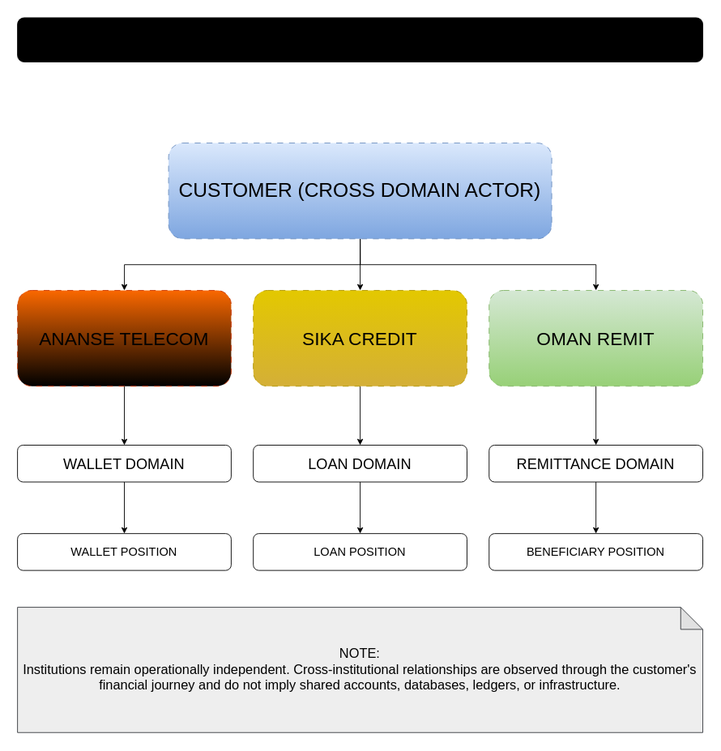
Earlier version of the draw.io export diagrams/WP-2.1-T01_institutional_relationships.drawio.svg (deloveyeboah10-Nagato/OCB_PLATFORM). Source tidied: cells renumbered, new cells last; positions are measured from the earlier drawing's top-left corner, leaving out a move shared by most shapes. Source of this version:
```xml
<mxGraphModel>
  <root>
    <mxCell id="0" />
    <mxCell id="1" parent="0" />
    <mxCell id="2" style="edgeStyle=orthogonalEdgeStyle;rounded=0;jettySize=auto;html=1;exitX=0.5;exitY=1;exitDx=0;exitDy=0;entryX=0.5;entryY=0;entryDx=0;entryDy=0;" parent="1" edge="1" source="5" target="7">
      <mxGeometry relative="1" as="geometry" />
    </mxCell>
    <mxCell id="3" style="edgeStyle=orthogonalEdgeStyle;rounded=0;jettySize=auto;html=1;exitX=0.5;exitY=1;exitDx=0;exitDy=0;entryX=0.5;entryY=0;entryDx=0;entryDy=0;" parent="1" edge="1" source="5" target="11">
      <mxGeometry relative="1" as="geometry" />
    </mxCell>
    <mxCell id="4" style="edgeStyle=orthogonalEdgeStyle;rounded=0;jettySize=auto;html=1;exitX=0.5;exitY=1;exitDx=0;exitDy=0;entryX=0.5;entryY=0;entryDx=0;entryDy=0;" parent="1" edge="1" source="5" target="9">
      <mxGeometry relative="1" as="geometry" />
    </mxCell>
    <mxCell id="5" value="CUSTOMER (CROSS DOMAIN ACTOR)" style="rounded=1;whiteSpace=wrap;html=1;dashed=1;dashPattern=8 8;fillColor=#dae8fc;strokeColor=#6c8ebf;gradientColor=#7ea6e0;fontSize=27;" parent="1" vertex="1">
      <mxGeometry x="205" y="170" width="520" height="130" as="geometry" />
    </mxCell>
    <mxCell id="6" style="edgeStyle=orthogonalEdgeStyle;rounded=0;jettySize=auto;html=1;exitX=0.5;exitY=1;exitDx=0;exitDy=0;entryX=0.5;entryY=0;entryDx=0;entryDy=0;" parent="1" edge="1" source="7" target="13">
      <mxGeometry relative="1" as="geometry" />
    </mxCell>
    <mxCell id="7" value="ANANSE TELECOM" style="rounded=1;whiteSpace=wrap;html=1;dashed=1;dashPattern=8 8;fillColor=light-dark(#FA6800,#994C00);fontColor=#000000;strokeColor=#C73500;gradientColor=light-dark(#000000,#994C00);fontSize=25;" parent="1" vertex="1">
      <mxGeometry y="370" width="290" height="130" as="geometry" />
    </mxCell>
    <mxCell id="8" style="edgeStyle=orthogonalEdgeStyle;rounded=0;jettySize=auto;html=1;exitX=0.5;exitY=1;exitDx=0;exitDy=0;entryX=0.5;entryY=0;entryDx=0;entryDy=0;" parent="1" edge="1" source="9" target="15">
      <mxGeometry relative="1" as="geometry" />
    </mxCell>
    <mxCell id="9" value="SIKA CREDIT" style="rounded=1;whiteSpace=wrap;html=1;dashed=1;dashPattern=8 8;fillColor=#e3c800;fontColor=#000000;strokeColor=#B09500;gradientColor=light-dark(#D4AF37,#FFD966);fontSize=25;" parent="1" vertex="1">
      <mxGeometry x="320" y="370" width="290" height="130" as="geometry" />
    </mxCell>
    <mxCell id="10" style="edgeStyle=orthogonalEdgeStyle;rounded=0;jettySize=auto;html=1;exitX=0.5;exitY=1;exitDx=0;exitDy=0;entryX=0.5;entryY=0;entryDx=0;entryDy=0;" parent="1" edge="1" source="11" target="17">
      <mxGeometry relative="1" as="geometry" />
    </mxCell>
    <mxCell id="11" value="OMAN REMIT" style="rounded=1;whiteSpace=wrap;html=1;dashed=1;dashPattern=8 8;fillColor=#d5e8d4;strokeColor=#82b366;gradientColor=#97d077;fontSize=25;" parent="1" vertex="1">
      <mxGeometry x="640" y="370" width="290" height="130" as="geometry" />
    </mxCell>
    <mxCell id="12" style="edgeStyle=orthogonalEdgeStyle;rounded=0;jettySize=auto;html=1;exitX=0.5;exitY=1;exitDx=0;exitDy=0;entryX=0.5;entryY=0;entryDx=0;entryDy=0;" parent="1" edge="1" source="13" target="18">
      <mxGeometry relative="1" as="geometry" />
    </mxCell>
    <mxCell id="13" value="WALLET DOMAIN" style="rounded=1;whiteSpace=wrap;html=1;fontSize=20;" parent="1" vertex="1">
      <mxGeometry y="580" width="290" height="50" as="geometry" />
    </mxCell>
    <mxCell id="14" style="edgeStyle=orthogonalEdgeStyle;rounded=0;jettySize=auto;html=1;exitX=0.5;exitY=1;exitDx=0;exitDy=0;entryX=0.5;entryY=0;entryDx=0;entryDy=0;" parent="1" edge="1" source="15" target="19">
      <mxGeometry relative="1" as="geometry" />
    </mxCell>
    <mxCell id="15" value="LOAN DOMAIN" style="rounded=1;whiteSpace=wrap;html=1;fontSize=20;" parent="1" vertex="1">
      <mxGeometry x="320" y="580" width="290" height="50" as="geometry" />
    </mxCell>
    <mxCell id="16" style="edgeStyle=orthogonalEdgeStyle;rounded=0;jettySize=auto;html=1;exitX=0.5;exitY=1;exitDx=0;exitDy=0;entryX=0.5;entryY=0;entryDx=0;entryDy=0;" parent="1" edge="1" source="17" target="20">
      <mxGeometry relative="1" as="geometry" />
    </mxCell>
    <mxCell id="17" value="REMITTANCE DOMAIN" style="rounded=1;whiteSpace=wrap;html=1;fontSize=20;" parent="1" vertex="1">
      <mxGeometry x="640" y="580" width="290" height="50" as="geometry" />
    </mxCell>
    <mxCell id="18" value="WALLET POSITION" style="rounded=1;whiteSpace=wrap;html=1;fontSize=16;" parent="1" vertex="1">
      <mxGeometry y="700" width="290" height="50" as="geometry" />
    </mxCell>
    <mxCell id="19" value="LOAN POSITION" style="rounded=1;whiteSpace=wrap;html=1;fontSize=16;" parent="1" vertex="1">
      <mxGeometry x="320" y="700" width="290" height="50" as="geometry" />
    </mxCell>
    <mxCell id="20" value="BENEFICIARY POSITION" style="rounded=1;whiteSpace=wrap;html=1;fontSize=16;" parent="1" vertex="1">
      <mxGeometry x="640" y="700" width="290" height="50" as="geometry" />
    </mxCell>
    <mxCell id="21" value="&lt;br&gt;NOTE:&lt;div&gt;Institutions remain operationally independent. Cross-institutional relationships are observed through the customer's financial journey and do not imply shared accounts, databases, ledgers, or infrastructure.&lt;br&gt;&lt;br&gt;&lt;/div&gt;" style="shape=note;whiteSpace=wrap;html=1;backgroundOutline=1;darkOpacity=0.05;fontSize=18;fillColor=#eeeeee;strokeColor=#36393d;" parent="1" vertex="1">
      <mxGeometry y="800" width="930" height="170" as="geometry" />
    </mxCell>
    <mxCell id="22" value="INSTITUTIONAL RELATIONSHIPS" style="rounded=1;whiteSpace=wrap;html=1;fontSize=30;fillColor=light-dark(#000000,#333333);" parent="1" vertex="1">
      <mxGeometry width="930" height="60" as="geometry" />
    </mxCell>
  </root>
</mxGraphModel>
```
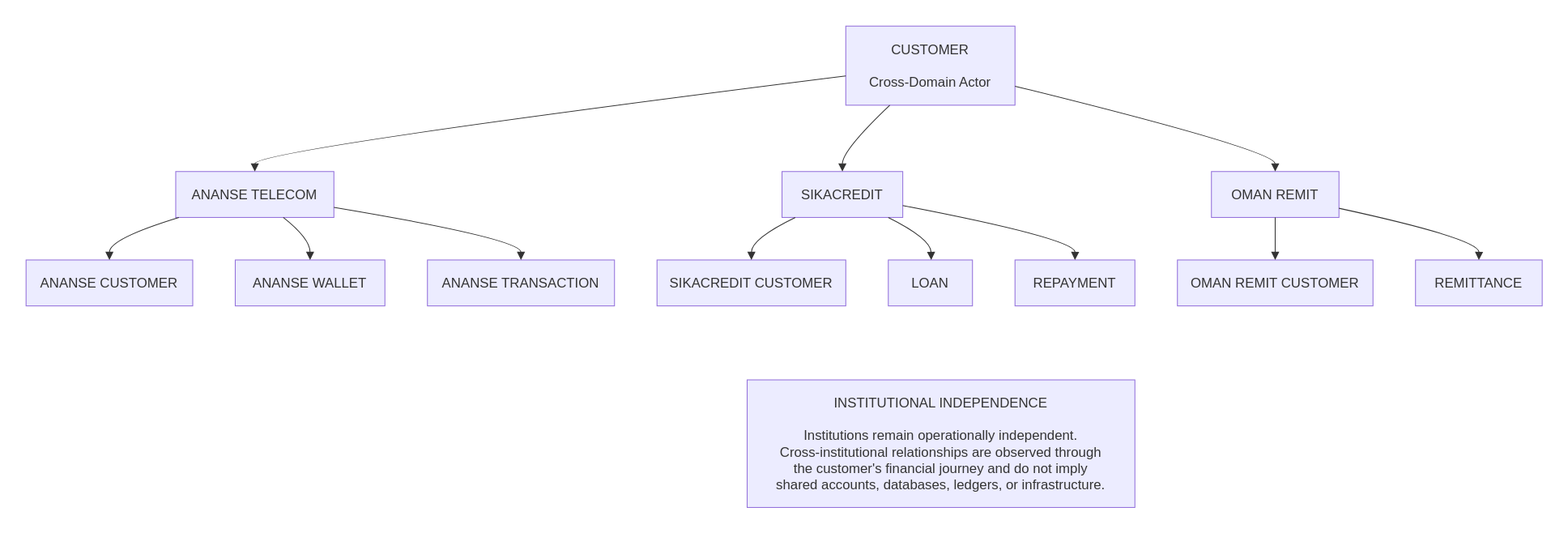
The same diagram one commit later.

Diff of the diagram source:
```diff
@@ -2,68 +2,120 @@
   <root>
     <mxCell id="0" />
     <mxCell id="1" parent="0" />
-    <mxCell id="2" style="edgeStyle=orthogonalEdgeStyle;rounded=0;jettySize=auto;html=1;exitX=0.5;exitY=1;exitDx=0;exitDy=0;entryX=0.5;entryY=0;entryDx=0;entryDy=0;" parent="1" edge="1" source="5" target="7">
-      <mxGeometry relative="1" as="geometry" />
-    </mxCell>
-    <mxCell id="3" style="edgeStyle=orthogonalEdgeStyle;rounded=0;jettySize=auto;html=1;exitX=0.5;exitY=1;exitDx=0;exitDy=0;entryX=0.5;entryY=0;entryDx=0;entryDy=0;" parent="1" edge="1" source="5" target="11">
-      <mxGeometry relative="1" as="geometry" />
-    </mxCell>
-    <mxCell id="4" style="edgeStyle=orthogonalEdgeStyle;rounded=0;jettySize=auto;html=1;exitX=0.5;exitY=1;exitDx=0;exitDy=0;entryX=0.5;entryY=0;entryDx=0;entryDy=0;" parent="1" edge="1" source="5" target="9">
-      <mxGeometry relative="1" as="geometry" />
-    </mxCell>
-    <mxCell id="5" value="CUSTOMER (CROSS DOMAIN ACTOR)" style="rounded=1;whiteSpace=wrap;html=1;dashed=1;dashPattern=8 8;fillColor=#dae8fc;strokeColor=#6c8ebf;gradientColor=#7ea6e0;fontSize=27;" parent="1" vertex="1">
-      <mxGeometry x="205" y="170" width="520" height="130" as="geometry" />
-    </mxCell>
-    <mxCell id="6" style="edgeStyle=orthogonalEdgeStyle;rounded=0;jettySize=auto;html=1;exitX=0.5;exitY=1;exitDx=0;exitDy=0;entryX=0.5;entryY=0;entryDx=0;entryDy=0;" parent="1" edge="1" source="7" target="13">
-      <mxGeometry relative="1" as="geometry" />
-    </mxCell>
+    <mxCell id="23" style="group;transparentBounds=1;editIcon=1;lockedGroup=0;groupPadding=10;" parent="1" vertex="1">
+      <mxGeometry x="80" y="100" as="geometry" />
+    </mxCell>
+    <mxCell id="24" value="CUSTOMER&#10;&#10;Cross-Domain Actor" style="html=1;whiteSpace=wrap;strokeWidth=1;fillColor=light-dark(#ECECFF,#1f2020);strokeColor=light-dark(#9370DB,#cccccc);fontColor=light-dark(#333333,#cccccc);fontFamily=Trebuchet MS,Verdana,Arial,sans-serif;fontSize=16;" parent="23" vertex="1">
+      <mxGeometry x="994" y="179" width="199" height="93" as="geometry" />
+    </mxCell>
-    <mxCell id="7" value="ANANSE TELECOM" style="rounded=1;whiteSpace=wrap;html=1;dashed=1;dashPattern=8 8;fillColor=light-dark(#FA6800,#994C00);fontColor=#000000;strokeColor=#C73500;gradientColor=light-dark(#000000,#994C00);fontSize=25;" parent="1" vertex="1">
-      <mxGeometry y="370" width="290" height="130" as="geometry" />
+    <mxCell id="7" value="ANANSE TELECOM" style="html=1;whiteSpace=wrap;strokeWidth=1;fillColor=light-dark(#ECECFF,#1f2020);strokeColor=light-dark(#9370DB,#cccccc);fontColor=light-dark(#333333,#cccccc);fontFamily=Trebuchet MS,Verdana,Arial,sans-serif;fontSize=16;" parent="23" vertex="1">
+      <mxGeometry x="206" y="350" width="186" height="54" as="geometry" />
     </mxCell>
-    <mxCell id="8" style="edgeStyle=orthogonalEdgeStyle;rounded=0;jettySize=auto;html=1;exitX=0.5;exitY=1;exitDx=0;exitDy=0;entryX=0.5;entryY=0;entryDx=0;entryDy=0;" parent="1" edge="1" source="9" target="15">
-      <mxGeometry relative="1" as="geometry" />
-    </mxCell>
-    <mxCell id="9" value="SIKA CREDIT" style="rounded=1;whiteSpace=wrap;html=1;dashed=1;dashPattern=8 8;fillColor=#e3c800;fontColor=#000000;strokeColor=#B09500;gradientColor=light-dark(#D4AF37,#FFD966);fontSize=25;" parent="1" vertex="1">
-      <mxGeometry x="320" y="370" width="290" height="130" as="geometry" />
-    </mxCell>
-    <mxCell id="10" style="edgeStyle=orthogonalEdgeStyle;rounded=0;jettySize=auto;html=1;exitX=0.5;exitY=1;exitDx=0;exitDy=0;entryX=0.5;entryY=0;entryDx=0;entryDy=0;" parent="1" edge="1" source="11" target="17">
-      <mxGeometry relative="1" as="geometry" />
-    </mxCell>
+    <mxCell id="25" value="SIKACREDIT" style="html=1;whiteSpace=wrap;strokeWidth=1;fillColor=light-dark(#ECECFF,#1f2020);strokeColor=light-dark(#9370DB,#cccccc);fontColor=light-dark(#333333,#cccccc);fontFamily=Trebuchet MS,Verdana,Arial,sans-serif;fontSize=16;" parent="23" vertex="1">
+      <mxGeometry x="919" y="350" width="142" height="54" as="geometry" />
+    </mxCell>
-    <mxCell id="11" value="OMAN REMIT" style="rounded=1;whiteSpace=wrap;html=1;dashed=1;dashPattern=8 8;fillColor=#d5e8d4;strokeColor=#82b366;gradientColor=#97d077;fontSize=25;" parent="1" vertex="1">
-      <mxGeometry x="640" y="370" width="290" height="130" as="geometry" />
+    <mxCell id="11" value="OMAN REMIT" style="html=1;whiteSpace=wrap;strokeWidth=1;fillColor=light-dark(#ECECFF,#1f2020);strokeColor=light-dark(#9370DB,#cccccc);fontColor=light-dark(#333333,#cccccc);fontFamily=Trebuchet MS,Verdana,Arial,sans-serif;fontSize=16;" parent="23" vertex="1">
+      <mxGeometry x="1424" y="350" width="150" height="54" as="geometry" />
     </mxCell>
-    <mxCell id="12" style="edgeStyle=orthogonalEdgeStyle;rounded=0;jettySize=auto;html=1;exitX=0.5;exitY=1;exitDx=0;exitDy=0;entryX=0.5;entryY=0;entryDx=0;entryDy=0;" parent="1" edge="1" source="13" target="18">
-      <mxGeometry relative="1" as="geometry" />
-    </mxCell>
-    <mxCell id="13" value="WALLET DOMAIN" style="rounded=1;whiteSpace=wrap;html=1;fontSize=20;" parent="1" vertex="1">
-      <mxGeometry y="580" width="290" height="50" as="geometry" />
-    </mxCell>
-    <mxCell id="14" style="edgeStyle=orthogonalEdgeStyle;rounded=0;jettySize=auto;html=1;exitX=0.5;exitY=1;exitDx=0;exitDy=0;entryX=0.5;entryY=0;entryDx=0;entryDy=0;" parent="1" edge="1" source="15" target="19">
-      <mxGeometry relative="1" as="geometry" />
-    </mxCell>
-    <mxCell id="15" value="LOAN DOMAIN" style="rounded=1;whiteSpace=wrap;html=1;fontSize=20;" parent="1" vertex="1">
-      <mxGeometry x="320" y="580" width="290" height="50" as="geometry" />
-    </mxCell>
-    <mxCell id="16" style="edgeStyle=orthogonalEdgeStyle;rounded=0;jettySize=auto;html=1;exitX=0.5;exitY=1;exitDx=0;exitDy=0;entryX=0.5;entryY=0;entryDx=0;entryDy=0;" parent="1" edge="1" source="17" target="20">
-      <mxGeometry relative="1" as="geometry" />
-    </mxCell>
-    <mxCell id="17" value="REMITTANCE DOMAIN" style="rounded=1;whiteSpace=wrap;html=1;fontSize=20;" parent="1" vertex="1">
-      <mxGeometry x="640" y="580" width="290" height="50" as="geometry" />
-    </mxCell>
-    <mxCell id="18" value="WALLET POSITION" style="rounded=1;whiteSpace=wrap;html=1;fontSize=16;" parent="1" vertex="1">
-      <mxGeometry y="700" width="290" height="50" as="geometry" />
-    </mxCell>
-    <mxCell id="19" value="LOAN POSITION" style="rounded=1;whiteSpace=wrap;html=1;fontSize=16;" parent="1" vertex="1">
-      <mxGeometry x="320" y="700" width="290" height="50" as="geometry" />
-    </mxCell>
-    <mxCell id="20" value="BENEFICIARY POSITION" style="rounded=1;whiteSpace=wrap;html=1;fontSize=16;" parent="1" vertex="1">
-      <mxGeometry x="640" y="700" width="290" height="50" as="geometry" />
-    </mxCell>
-    <mxCell id="21" value="&lt;br&gt;NOTE:&lt;div&gt;Institutions remain operationally independent. Cross-institutional relationships are observed through the customer's financial journey and do not imply shared accounts, databases, ledgers, or infrastructure.&lt;br&gt;&lt;br&gt;&lt;/div&gt;" style="shape=note;whiteSpace=wrap;html=1;backgroundOutline=1;darkOpacity=0.05;fontSize=18;fillColor=#eeeeee;strokeColor=#36393d;" parent="1" vertex="1">
-      <mxGeometry y="800" width="930" height="170" as="geometry" />
-    </mxCell>
-    <mxCell id="22" value="INSTITUTIONAL RELATIONSHIPS" style="rounded=1;whiteSpace=wrap;html=1;fontSize=30;fillColor=light-dark(#000000,#333333);" parent="1" vertex="1">
-      <mxGeometry width="930" height="60" as="geometry" />
-    </mxCell>
+    <mxCell id="26" value="ANANSE CUSTOMER" style="html=1;whiteSpace=wrap;strokeWidth=1;fillColor=light-dark(#ECECFF,#1f2020);strokeColor=light-dark(#9370DB,#cccccc);fontColor=light-dark(#333333,#cccccc);fontFamily=Trebuchet MS,Verdana,Arial,sans-serif;fontSize=16;" parent="23" vertex="1">
+      <mxGeometry x="30" y="454" width="196" height="54" as="geometry" />
+    </mxCell>
+    <mxCell id="27" value="ANANSE WALLET" style="html=1;whiteSpace=wrap;strokeWidth=1;fillColor=light-dark(#ECECFF,#1f2020);strokeColor=light-dark(#9370DB,#cccccc);fontColor=light-dark(#333333,#cccccc);fontFamily=Trebuchet MS,Verdana,Arial,sans-serif;fontSize=16;" parent="23" vertex="1">
+      <mxGeometry x="276" y="454" width="176" height="54" as="geometry" />
+    </mxCell>
+    <mxCell id="28" value="ANANSE TRANSACTION" style="html=1;whiteSpace=wrap;strokeWidth=1;fillColor=light-dark(#ECECFF,#1f2020);strokeColor=light-dark(#9370DB,#cccccc);fontColor=light-dark(#333333,#cccccc);fontFamily=Trebuchet MS,Verdana,Arial,sans-serif;fontSize=16;" parent="23" vertex="1">
+      <mxGeometry x="502" y="454" width="220" height="54" as="geometry" />
+    </mxCell>
+    <mxCell id="29" value="SIKACREDIT CUSTOMER" style="html=1;whiteSpace=wrap;strokeWidth=1;fillColor=light-dark(#ECECFF,#1f2020);strokeColor=light-dark(#9370DB,#cccccc);fontColor=light-dark(#333333,#cccccc);fontFamily=Trebuchet MS,Verdana,Arial,sans-serif;fontSize=16;" parent="23" vertex="1">
+      <mxGeometry x="772" y="454" width="222" height="54" as="geometry" />
+    </mxCell>
+    <mxCell id="30" value="LOAN" style="html=1;whiteSpace=wrap;strokeWidth=1;fillColor=light-dark(#ECECFF,#1f2020);strokeColor=light-dark(#9370DB,#cccccc);fontColor=light-dark(#333333,#cccccc);fontFamily=Trebuchet MS,Verdana,Arial,sans-serif;fontSize=16;" parent="23" vertex="1">
+      <mxGeometry x="1044" y="454" width="99" height="54" as="geometry" />
+    </mxCell>
+    <mxCell id="31" value="REPAYMENT" style="html=1;whiteSpace=wrap;strokeWidth=1;fillColor=light-dark(#ECECFF,#1f2020);strokeColor=light-dark(#9370DB,#cccccc);fontColor=light-dark(#333333,#cccccc);fontFamily=Trebuchet MS,Verdana,Arial,sans-serif;fontSize=16;" parent="23" vertex="1">
+      <mxGeometry x="1193" y="454" width="141" height="54" as="geometry" />
+    </mxCell>
+    <mxCell id="32" value="OMAN REMIT CUSTOMER" style="html=1;whiteSpace=wrap;strokeWidth=1;fillColor=light-dark(#ECECFF,#1f2020);strokeColor=light-dark(#9370DB,#cccccc);fontColor=light-dark(#333333,#cccccc);fontFamily=Trebuchet MS,Verdana,Arial,sans-serif;fontSize=16;" parent="23" vertex="1">
+      <mxGeometry x="1384" y="454" width="230" height="54" as="geometry" />
+    </mxCell>
+    <mxCell id="33" value="REMITTANCE" style="html=1;whiteSpace=wrap;strokeWidth=1;fillColor=light-dark(#ECECFF,#1f2020);strokeColor=light-dark(#9370DB,#cccccc);fontColor=light-dark(#333333,#cccccc);fontFamily=Trebuchet MS,Verdana,Arial,sans-serif;fontSize=16;" parent="23" vertex="1">
+      <mxGeometry x="1664" y="454" width="149" height="54" as="geometry" />
+    </mxCell>
+    <mxCell id="34" value="INSTITUTIONAL INDEPENDENCE&#10;&#10;Institutions remain operationally independent.&#10;Cross-institutional relationships are observed through&#10;the customer's financial journey and do not imply&#10;shared accounts, databases, ledgers, or infrastructure." style="html=1;whiteSpace=wrap;strokeWidth=1;fillColor=light-dark(#ECECFF,#1f2020);strokeColor=light-dark(#9370DB,#cccccc);fontColor=light-dark(#333333,#cccccc);fontFamily=Trebuchet MS,Verdana,Arial,sans-serif;fontSize=16;" parent="23" vertex="1">
+      <mxGeometry x="878" y="595" width="456" height="150" as="geometry" />
+    </mxCell>
+    <mxCell id="35" style="curved=1;startArrow=none;endArrow=block;endSize=7;strokeColor=light-dark(#333333,#cccccc);exitX=0;exitY=0.63;entryX=0.5;entryY=0;rounded=0;" parent="23" edge="1" source="24" target="7">
+      <mxGeometry relative="1" as="geometry">
+        <Array as="points">
+          <mxPoint x="299" y="325" />
+        </Array>
+      </mxGeometry>
+    </mxCell>
+    <mxCell id="36" style="curved=1;startArrow=none;endArrow=block;endSize=7;strokeColor=light-dark(#333333,#cccccc);exitX=0.26;exitY=1;entryX=0.5;entryY=0;rounded=0;" parent="23" edge="1" source="24" target="25">
+      <mxGeometry relative="1" as="geometry">
+        <Array as="points">
+          <mxPoint x="990" y="325" />
+        </Array>
+      </mxGeometry>
+    </mxCell>
+    <mxCell id="37" style="curved=1;startArrow=none;endArrow=block;endSize=7;strokeColor=light-dark(#333333,#cccccc);exitX=1;exitY=0.76;entryX=0.5;entryY=0;rounded=0;" parent="23" edge="1" source="24" target="11">
+      <mxGeometry relative="1" as="geometry">
+        <Array as="points">
+          <mxPoint x="1499" y="325" />
+        </Array>
+      </mxGeometry>
+    </mxCell>
+    <mxCell id="38" style="curved=1;startArrow=none;endArrow=block;endSize=7;strokeColor=light-dark(#333333,#cccccc);exitX=0.02;exitY=1;entryX=0.5;entryY=0;rounded=0;" parent="23" edge="1" source="7" target="26">
+      <mxGeometry relative="1" as="geometry">
+        <Array as="points">
+          <mxPoint x="128" y="429" />
+        </Array>
+      </mxGeometry>
+    </mxCell>
+    <mxCell id="39" style="curved=1;startArrow=none;endArrow=block;endSize=7;strokeColor=light-dark(#333333,#cccccc);exitX=0.68;exitY=1;entryX=0.5;entryY=0;rounded=0;" parent="23" edge="1" source="7" target="27">
+      <mxGeometry relative="1" as="geometry">
+        <Array as="points">
+          <mxPoint x="364" y="429" />
+        </Array>
+      </mxGeometry>
+    </mxCell>
+    <mxCell id="40" style="curved=1;startArrow=none;endArrow=block;endSize=7;strokeColor=light-dark(#333333,#cccccc);exitX=1;exitY=0.78;entryX=0.5;entryY=0;rounded=0;" parent="23" edge="1" source="7" target="28">
+      <mxGeometry relative="1" as="geometry">
+        <Array as="points">
+          <mxPoint x="612" y="429" />
+        </Array>
+      </mxGeometry>
+    </mxCell>
+    <mxCell id="41" style="curved=1;startArrow=none;endArrow=block;endSize=7;strokeColor=light-dark(#333333,#cccccc);exitX=0.11;exitY=1;entryX=0.5;entryY=0;rounded=0;" parent="23" edge="1" source="25" target="29">
+      <mxGeometry relative="1" as="geometry">
+        <Array as="points">
+          <mxPoint x="883" y="429" />
+        </Array>
+      </mxGeometry>
+    </mxCell>
+    <mxCell id="42" style="curved=1;startArrow=none;endArrow=block;endSize=7;strokeColor=light-dark(#333333,#cccccc);exitX=0.88;exitY=1;entryX=0.51;entryY=0;rounded=0;" parent="23" edge="1" source="25" target="30">
+      <mxGeometry relative="1" as="geometry">
+        <Array as="points">
+          <mxPoint x="1094" y="429" />
+        </Array>
+      </mxGeometry>
+    </mxCell>
+    <mxCell id="43" style="curved=1;startArrow=none;endArrow=block;endSize=7;strokeColor=light-dark(#333333,#cccccc);exitX=1;exitY=0.74;entryX=0.5;entryY=0;rounded=0;" parent="23" edge="1" source="25" target="31">
+      <mxGeometry relative="1" as="geometry">
+        <Array as="points">
+          <mxPoint x="1264" y="429" />
+        </Array>
+      </mxGeometry>
+    </mxCell>
+    <mxCell id="44" style="curved=1;startArrow=none;endArrow=block;endSize=7;strokeColor=light-dark(#333333,#cccccc);exitX=0.5;exitY=1;entryX=0.5;entryY=0;rounded=0;" parent="23" edge="1" source="11" target="32">
+      <mxGeometry relative="1" as="geometry" />
+    </mxCell>
+    <mxCell id="45" style="curved=1;startArrow=none;endArrow=block;endSize=7;strokeColor=light-dark(#333333,#cccccc);exitX=1;exitY=0.8;entryX=0.5;entryY=0;rounded=0;" parent="23" edge="1" source="11" target="33">
+      <mxGeometry relative="1" as="geometry">
+        <Array as="points">
+          <mxPoint x="1739" y="429" />
+        </Array>
+      </mxGeometry>
+    </mxCell>
   </root>
 </mxGraphModel>
```
